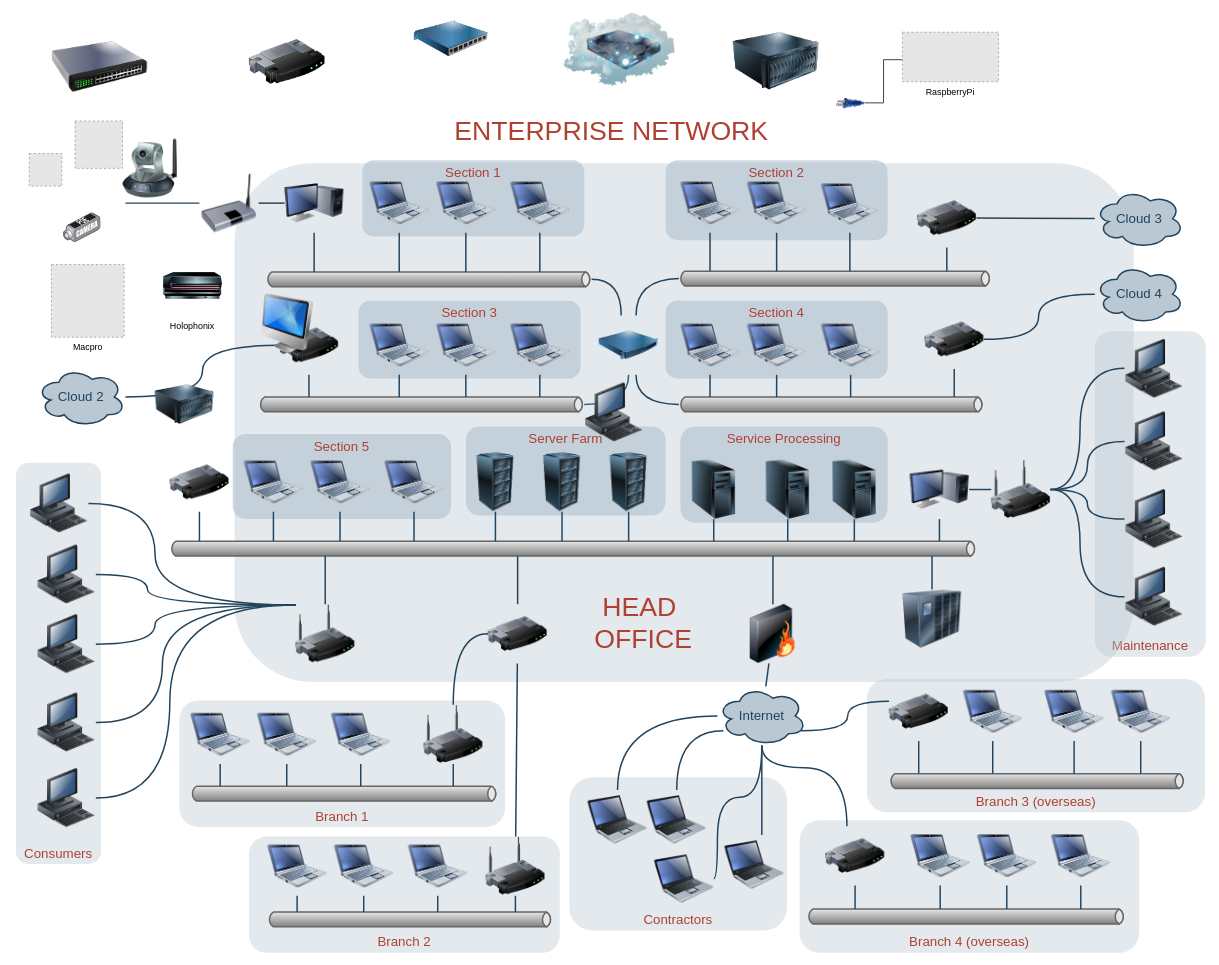
This is PRISME_NETWORK.drawio from jojocello/Diagrams, a draw.io file, before an edit. Source tidied: cells renumbered, new cells numbered last; positions are measured from the earlier drawing's top-left corner, leaving out a move shared by most shapes. Both pictures are drawn from the tidied source at 74%, with x=0, y=0 at pixel (16, 13). Pictures stored in the file or linked from it are replaced by grey dashed boxes.
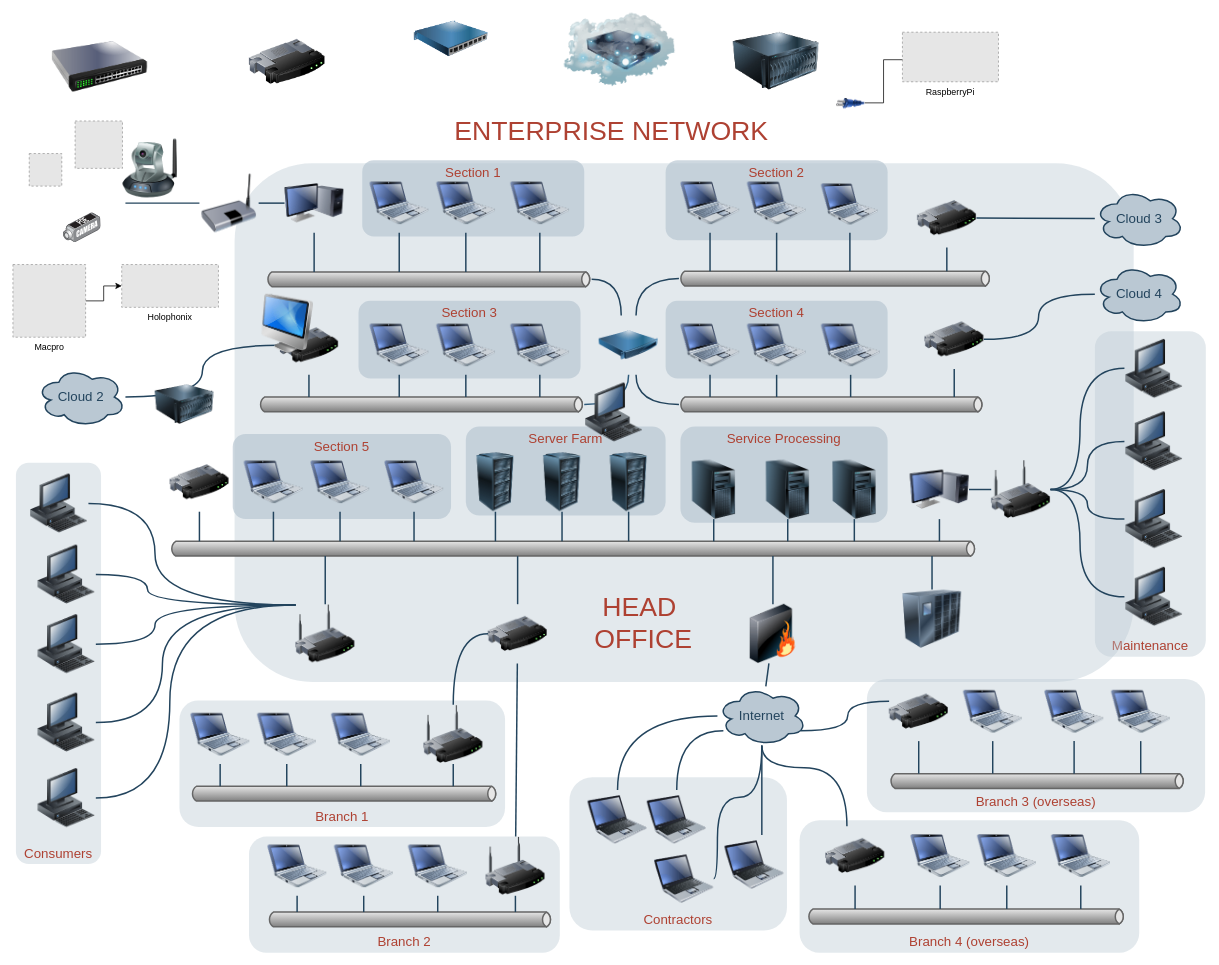
The same page after the edit.

Commit message:
Mettre à jour PRISME_NETWORK.drawio

The edit, as a diff of the source:
```diff
@@
-    <mxCell id="173" value="Holophonix" style="image;html=1;image=img/lib/clip_art/computers/Mainframe_128x128.png;direction=south;" parent="1" vertex="1">
-      <mxGeometry x="198" y="329" width="80" height="80" as="geometry" />
-    </mxCell>
@@
+    <mxCell id="189" style="edgeStyle=orthogonalEdgeStyle;rounded=0;jettySize=auto;html=1;" parent="1" edge="1" source="178" target="173">
+      <mxGeometry relative="1" as="geometry" />
+    </mxCell>
     <mxCell id="178" value="Macpro" style="fillColor=#E6E6E6;strokeColor=#999999;dashed=1;html=1;verticalAlign=top;verticalLabelPosition=bottom;labelBackgroundColor=#ffffff;" parent="1" vertex="1">
-      <mxGeometry x="48" y="340" width="98.2" height="98.2" as="geometry" />
+      <mxGeometry x="-4" y="340" width="98.2" height="98.2" as="geometry" />
     </mxCell>
@@
+    <mxCell id="173" value="Holophonix" style="fillColor=#E6E6E6;strokeColor=#999999;dashed=1;verticalLabelPosition=bottom;labelBackgroundColor=default;verticalAlign=top;" parent="1" vertex="1">
+      <mxGeometry x="143" y="340" width="130.7" height="57.8" as="geometry" />
+    </mxCell>
```
